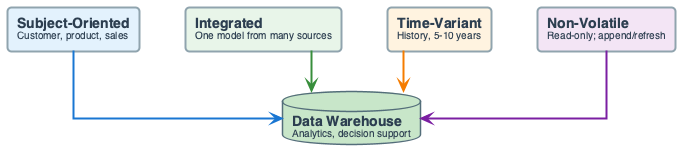
Above: diagrams/week05/week5_inmon_characteristics.png in OrPerets/data-engineering-course (PlantUML), before the change.
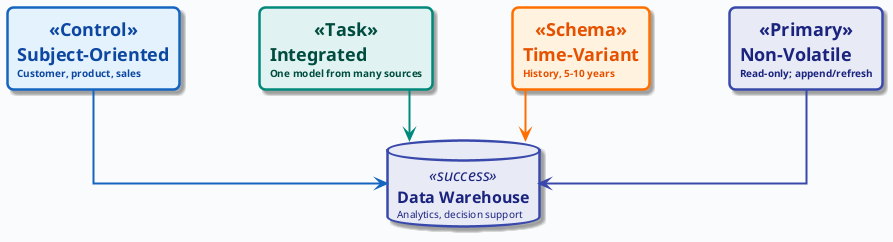
After the change.

Change to the diagram source:
```diff
@@ -1,46 +1,19 @@
 @startuml
 
+!include ../_template_styles.puml
+
 top to bottom direction
-skinparam linetype ortho
-skinparam shadowing false
-skinparam roundcorner 8
-skinparam handwritten false
-skinparam nodesep 45
-skinparam ranksep 40
 
-skinparam defaultFontName "Segoe UI, Helvetica, sans-serif"
-skinparam defaultFontSize 16
-skinparam defaultFontColor #2C3E50
+rectangle "**Subject-Oriented**\n<size:10>Customer, product, sales</size>" as SUBJ <<Control>>
+rectangle "**Integrated**\n<size:10>One model from many sources</size>" as INT <<Task>>
+rectangle "**Time-Variant**\n<size:10>History, 5-10 years</size>" as TIME <<Schema>>
+rectangle "**Non-Volatile**\n<size:10>Read-only; append/refresh</size>" as NONV <<Primary>>
 
-skinparam rectangle {
-    BackgroundColor #F8F9FA
-    BorderColor #90A4AE
-    BorderThickness 2
-    FontSize 14
-    Padding 12
-}
-skinparam database {
-    BackgroundColor #ECEFF1
-    BorderColor #546E7A
-    BorderThickness 1.5
-    FontSize 14
-}
-skinparam arrow {
-    Color #607D8B
-    Thickness 2.5
-    FontSize 11
-}
+database "**Data Warehouse**\n<size:10>Analytics, decision support</size>" as DWH <<success>>
 
-rectangle "**Subject-Oriented**\n<size:10>Customer, product, sales</size>" as SUBJ #E3F2FD
-rectangle "**Integrated**\n<size:10>One model from many sources</size>" as INT #E8F5E9
-rectangle "**Time-Variant**\n<size:10>History, 5-10 years</size>" as TIME #FFF3E0
-rectangle "**Non-Volatile**\n<size:10>Read-only; append/refresh</size>" as NONV #F3E5F5
-
-database "**Data Warehouse**\n<size:10>Analytics, decision support</size>" as DWH #C8E6C9
-
-SUBJ -down[#1976D2,thickness=2]-> DWH
-INT -down[#388E3C,thickness=2]-> DWH
-TIME -down[#F57C00,thickness=2]-> DWH
-NONV -down[#7B1FA2,thickness=2]-> DWH
+SUBJ -down[#1565C0,thickness=2]-> DWH
+INT -down[#00897B,thickness=2]-> DWH
+TIME -down[#FF6F00,thickness=2]-> DWH
+NONV -down[#3949AB,thickness=2]-> DWH
 
 @enduml
```
